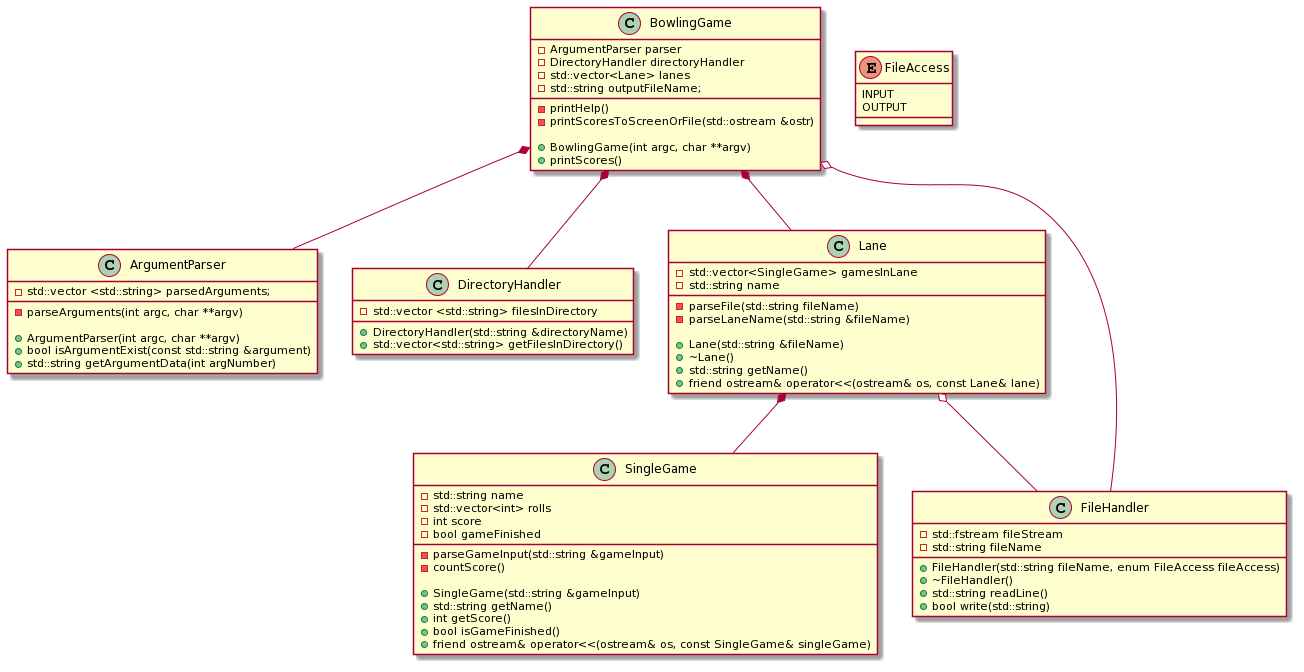
This is bowling/docs/plant_uml.png from coders-school/testing, a PlantUML export, as it was before one commit. Source of this version:
```plantuml
@startuml
BowlingGame *-- ArgumentParser
BowlingGame *-- DirectoryHandler
BowlingGame *-- Lane
Lane *-- SingleGame
BowlingGame o-- FileHandler
Lane o-- FileHandler

class BowlingGame{
-ArgumentParser parser
-DirectoryHandler directoryHandler
-std::vector<Lane> lanes
-std::string outputFileName;

-printHelp()
-printScoresToScreenOrFile(std::ostream &ostr)

+BowlingGame(int argc, char **argv)
+printScores()
}

class ArgumentParser{
-std::vector <std::string> parsedArguments;

-parseArguments(int argc, char **argv)

+ArgumentParser(int argc, char **argv)
+bool isArgumentExist(const std::string &argument)
+std::string getArgumentData(int argNumber)
}

class DirectoryHandler{
-std::vector <std::string> filesInDirectory

+DirectoryHandler(std::string &directoryName)
+std::vector<std::string> getFilesInDirectory()
}

class Lane{
-std::vector<SingleGame> gamesInLane
-std::string name

-parseFile(std::string fileName)
-parseLaneName(std::string &fileName)

+Lane(std::string &fileName)
+~Lane()
+std::string getName()
+friend ostream& operator<<(ostream& os, const Lane& lane)
}

class SingleGame{
-std::string name
-std::vector<int> rolls
-int score
-bool gameFinished

-parseGameInput(std::string &gameInput)
-countScore()

+SingleGame(std::string &gameInput)
+std::string getName()
+int getScore()
+bool isGameFinished()
+friend ostream& operator<<(ostream& os, const SingleGame& singleGame)
}

enum FileAccess{
  INPUT
  OUTPUT
}

class FileHandler{
-std::fstream fileStream
-std::string fileName

+FileHandler(std::string fileName, enum FileAccess fileAccess)
+~FileHandler()
+std::string readLine()
+bool write(std::string)
}
@enduml
```
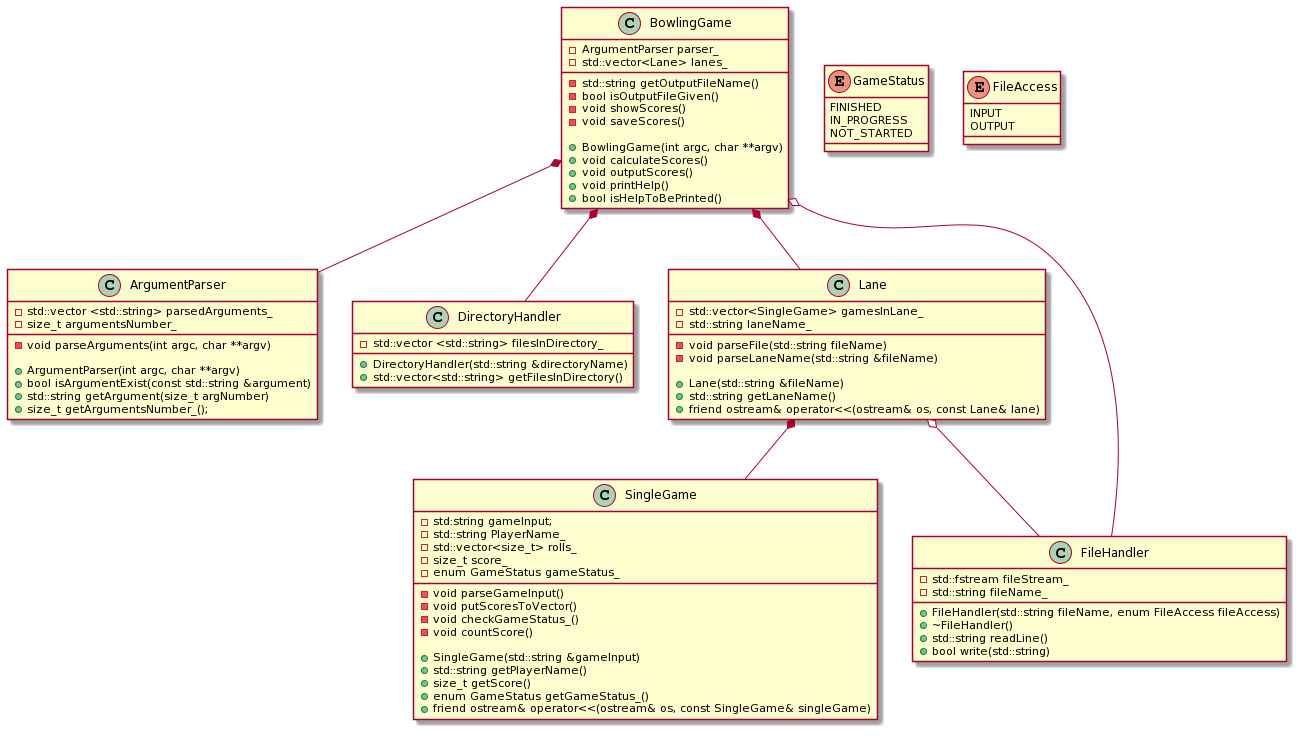
Later version of the same file.

Commit message:
update UML + cleanup

Change to the diagram source:
```diff
@@ -7,61 +7,74 @@
 Lane o-- FileHandler
 
 class BowlingGame{
--ArgumentParser parser
--DirectoryHandler directoryHandler
--std::vector<Lane> lanes
--std::string outputFileName;
+-ArgumentParser parser_
+-std::vector<Lane> lanes_
 
--printHelp()
--printScoresToScreenOrFile(std::ostream &ostr)
+-std::string getOutputFileName()
+-bool isOutputFileGiven()
+-void showScores()
+-void saveScores()
 
 +BowlingGame(int argc, char **argv)
-+printScores()
++void calculateScores()
++void outputScores()
++void printHelp()
++bool isHelpToBePrinted()
 }
 
 class ArgumentParser{
--std::vector <std::string> parsedArguments;
+-std::vector <std::string> parsedArguments_
+-size_t argumentsNumber_
 
--parseArguments(int argc, char **argv)
+-void parseArguments(int argc, char **argv)
 
 +ArgumentParser(int argc, char **argv)
 +bool isArgumentExist(const std::string &argument)
-+std::string getArgumentData(int argNumber)
++std::string getArgument(size_t argNumber)
++size_t getArgumentsNumber_();
 }
 
 class DirectoryHandler{
--std::vector <std::string> filesInDirectory
+-std::vector <std::string> filesInDirectory_
 
 +DirectoryHandler(std::string &directoryName)
 +std::vector<std::string> getFilesInDirectory()
 }
 
 class Lane{
--std::vector<SingleGame> gamesInLane
--std::string name
+-std::vector<SingleGame> gamesInLane_
+-std::string laneName_
 
--parseFile(std::string fileName)
--parseLaneName(std::string &fileName)
+-void parseFile(std::string fileName)
+-void parseLaneName(std::string &fileName)
 
 +Lane(std::string &fileName)
-+~Lane()
-+std::string getName()
++std::string getLaneName()
 +friend ostream& operator<<(ostream& os, const Lane& lane)
 }
 
+enum GameStatus{
+  FINISHED
+  IN_PROGRESS
+  NOT_STARTED
+}
+
 class SingleGame{
--std::string name
--std::vector<int> rolls
--int score
--bool gameFinished
+-std:string gameInput;
+-std::string PlayerName_
+-std::vector<size_t> rolls_
+-size_t score_
+-enum GameStatus gameStatus_
 
--parseGameInput(std::string &gameInput)
--countScore()
+-void parseGameInput()
+-void putScoresToVector()
+-void checkGameStatus_()
+-void countScore()
 
 +SingleGame(std::string &gameInput)
-+std::string getName()
-+int getScore()
-+bool isGameFinished()
++std::string getPlayerName()
++size_t getScore()
++enum GameStatus getGameStatus_()
 +friend ostream& operator<<(ostream& os, const SingleGame& singleGame)
 }
 
@@ -71,8 +84,8 @@
 }
 
 class FileHandler{
--std::fstream fileStream
--std::string fileName
+-std::fstream fileStream_
+-std::string fileName_
 
 +FileHandler(std::string fileName, enum FileAccess fileAccess)
 +~FileHandler()
```
